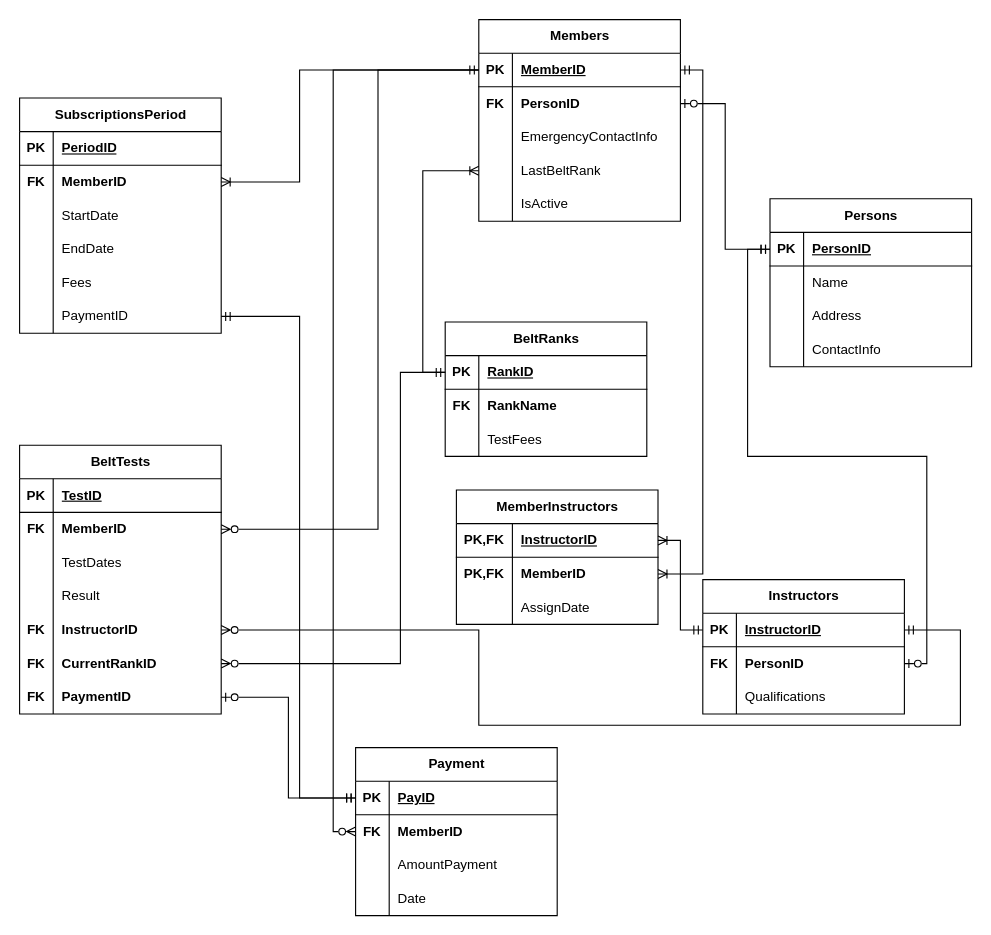
Earlier version of the draw.io diagram KarateClub.drawio (aminjaiuossi/Relational_Schema). Source tidied: cells renumbered, new cells numbered last; positions are measured from the earlier drawing's top-left corner, leaving out a move shared by most shapes. Both pictures are drawn from the tidied source at 112%, with x=0, y=0 at pixel (19, 19).
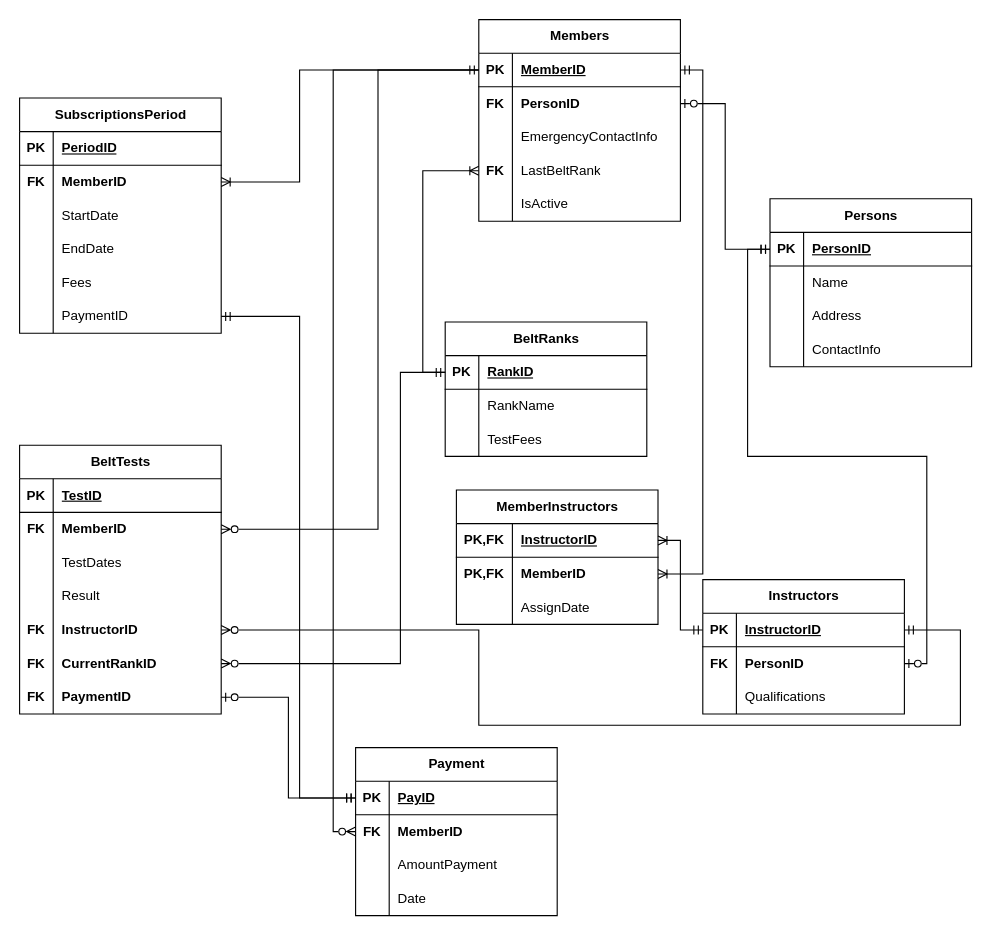
The same page after the edit.

The change refers to these unchanged cells:
```xml
<mxCell id="44" style="shape=tableRow;horizontal=0;startSize=0;swimlaneHead=0;swimlaneBody=0;fillColor=none;points=[[0,0.5],[1,0.5]];portConstraint=eastwest;top=0;left=0;right=0;bottom=0;labelBackgroundColor=none;" parent="34" vertex="1">
  <mxGeometry y="120" width="180" height="30" as="geometry" />
</mxCell>
<mxCell id="121" style="shape=tableRow;horizontal=0;startSize=0;swimlaneHead=0;swimlaneBody=0;fillColor=none;top=0;left=0;right=0;bottom=0;labelBackgroundColor=none;" parent="117" vertex="1">
  <mxGeometry y="60" width="180" height="30" as="geometry" />
</mxCell>
```

Diff of the diagram source:
```diff
@@
-    <mxCell id="45" style="shape=partialRectangle;fillColor=none;top=0;left=0;bottom=0;right=0;overflow=hidden;whiteSpace=wrap;html=1;labelBackgroundColor=none;" parent="44" vertex="1">
+    <mxCell id="45" value="FK" style="shape=partialRectangle;fillColor=none;top=0;left=0;bottom=0;right=0;overflow=hidden;whiteSpace=wrap;html=1;labelBackgroundColor=none;fontStyle=1;" parent="44" vertex="1">
       <mxGeometry width="30" height="30" as="geometry" />
     </mxCell>
@@
-    <mxCell id="122" value="FK" style="shape=partialRectangle;fillColor=none;top=0;left=0;bottom=0;right=0;overflow=hidden;whiteSpace=wrap;html=1;fontStyle=1;labelBackgroundColor=none;" parent="121" vertex="1">
+    <mxCell id="122" style="shape=partialRectangle;fillColor=none;top=0;left=0;bottom=0;right=0;overflow=hidden;whiteSpace=wrap;html=1;fontStyle=1;labelBackgroundColor=none;" parent="121" vertex="1">
       <mxGeometry width="30" height="30" as="geometry" />
     </mxCell>
-    <mxCell id="123" value="RankName" style="shape=partialRectangle;fillColor=none;top=0;left=0;bottom=0;right=0;align=left;spacingLeft=6;overflow=hidden;whiteSpace=wrap;html=1;fontStyle=1;labelBackgroundColor=none;" parent="121" vertex="1">
+    <mxCell id="123" value="RankName" style="shape=partialRectangle;fillColor=none;top=0;left=0;bottom=0;right=0;align=left;spacingLeft=6;overflow=hidden;whiteSpace=wrap;html=1;fontStyle=0;labelBackgroundColor=none;" parent="121" vertex="1">
       <mxGeometry x="30" width="150" height="30" as="geometry" />
     </mxCell>
```
